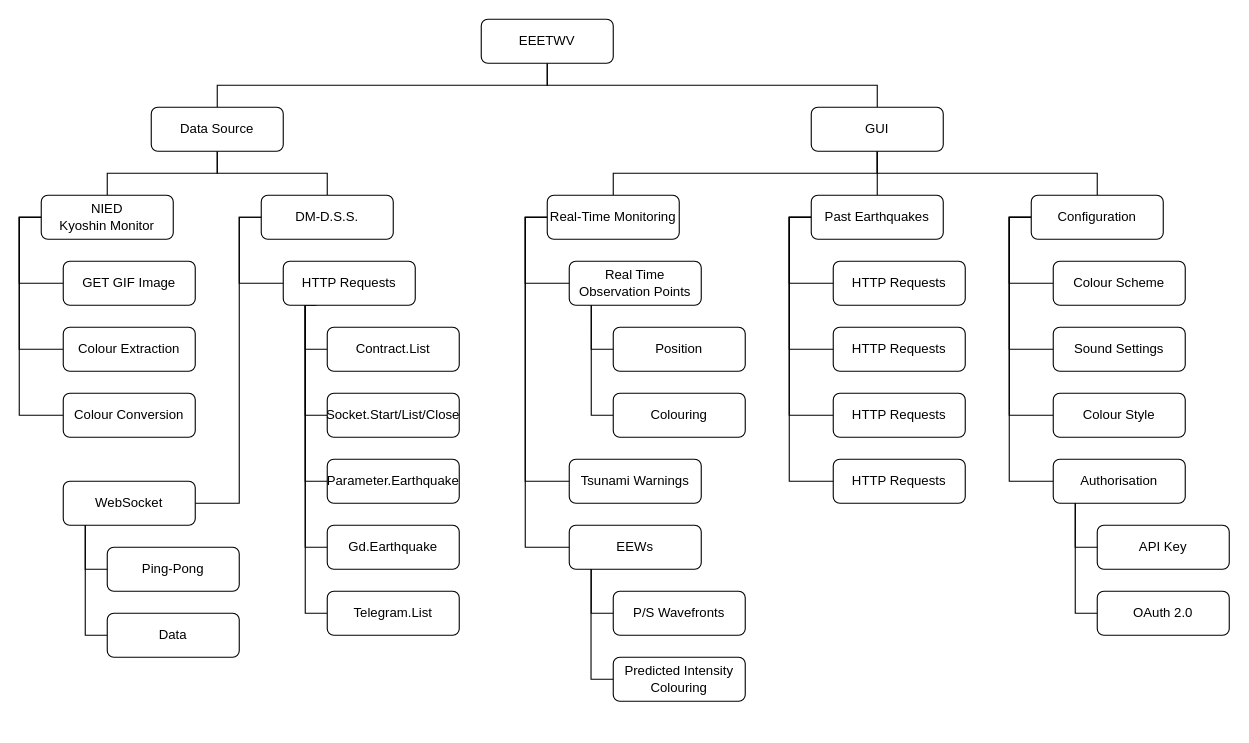
EasonSYC/a-level-computing-coursework keeps this draw.io diagram as img/hierarchy.drawio. Above is the earlier version. Source tidied: cells renumbered, new cells numbered last; positions are measured from the earlier drawing's top-left corner, leaving out a move shared by most shapes. Both pictures are drawn from the tidied source at 110%, with x=0, y=0 at pixel (41, 19).
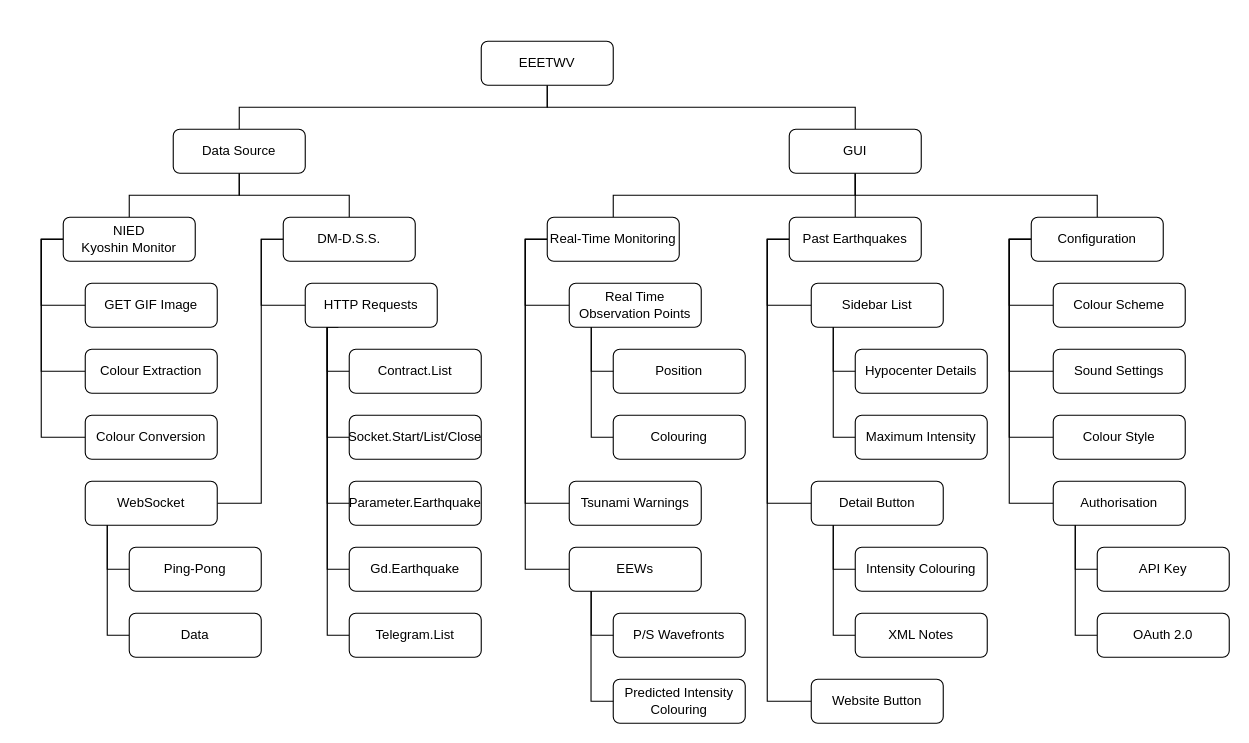
Above is the later version.

Diff of the diagram source:
```diff
@@
     <mxCell id="4" value="EEETWV" style="rounded=1;whiteSpace=wrap;html=1;fontFamily=STIX;" parent="1" vertex="1">
-      <mxGeometry x="400" width="120" height="40" as="geometry" />
+      <mxGeometry x="400" y="20" width="120" height="40" as="geometry" />
     </mxCell>
@@
     <mxCell id="7" value="Data Source" style="rounded=1;whiteSpace=wrap;html=1;fontFamily=STIX;" parent="1" vertex="1">
-      <mxGeometry x="100" y="80" width="120" height="40" as="geometry" />
+      <mxGeometry x="120" y="100" width="120" height="40" as="geometry" />
     </mxCell>
@@
     <mxCell id="11" value="NIED&lt;div&gt;Kyoshin Monitor&lt;/div&gt;" style="rounded=1;whiteSpace=wrap;html=1;fontFamily=STIX;" parent="1" vertex="1">
-      <mxGeometry y="160" width="120" height="40" as="geometry" />
+      <mxGeometry x="20" y="180" width="120" height="40" as="geometry" />
     </mxCell>
@@
     <mxCell id="13" value="DM-D.S.S." style="rounded=1;whiteSpace=wrap;html=1;fontFamily=STIX;" parent="1" vertex="1">
-      <mxGeometry x="200" y="160" width="120" height="40" as="geometry" />
+      <mxGeometry x="220" y="180" width="120" height="40" as="geometry" />
     </mxCell>
     <mxCell id="14" style="edgeStyle=orthogonalEdgeStyle;rounded=0;jettySize=auto;html=1;exitX=0.25;exitY=1;exitDx=0;exitDy=0;entryX=0;entryY=0.5;entryDx=0;entryDy=0;endArrow=none;endFill=0;" parent="1" edge="1" source="16" target="22">
       <mxGeometry relative="1" as="geometry">
         <Array as="points">
-          <mxPoint x="240" y="260" />
-          <mxPoint x="240" y="300" />
+          <mxPoint x="260" y="280" />
+          <mxPoint x="260" y="320" />
         </Array>
       </mxGeometry>
     </mxCell>
     <mxCell id="15" style="edgeStyle=orthogonalEdgeStyle;rounded=0;jettySize=auto;html=1;exitX=0.25;exitY=1;exitDx=0;exitDy=0;entryX=0;entryY=0.5;entryDx=0;entryDy=0;endArrow=none;endFill=0;" parent="1" edge="1" source="16" target="23">
       <mxGeometry relative="1" as="geometry">
         <Array as="points">
-          <mxPoint x="240" y="260" />
-          <mxPoint x="240" y="360" />
+          <mxPoint x="260" y="280" />
+          <mxPoint x="260" y="380" />
         </Array>
       </mxGeometry>
     </mxCell>
     <mxCell id="16" value="HTTP Requests" style="rounded=1;whiteSpace=wrap;html=1;fontFamily=STIX;" parent="1" vertex="1">
-      <mxGeometry x="220" y="220" width="120" height="40" as="geometry" />
+      <mxGeometry x="240" y="240" width="120" height="40" as="geometry" />
     </mxCell>
     <mxCell id="17" style="edgeStyle=orthogonalEdgeStyle;rounded=0;jettySize=auto;html=1;exitX=1;exitY=0.5;exitDx=0;exitDy=0;entryX=0;entryY=0.5;entryDx=0;entryDy=0;endArrow=none;endFill=0;" parent="1" edge="1" source="18" target="13">
       <mxGeometry relative="1" as="geometry">
         <Array as="points">
-          <mxPoint x="180" y="440" />
-          <mxPoint x="180" y="180" />
+          <mxPoint x="200" y="440" />
+          <mxPoint x="200" y="200" />
         </Array>
       </mxGeometry>
     </mxCell>
     <mxCell id="18" value="WebSocket" style="rounded=1;whiteSpace=wrap;html=1;fontFamily=STIX;" parent="1" vertex="1">
-      <mxGeometry x="20" y="420" width="120" height="40" as="geometry" />
+      <mxGeometry x="40" y="420" width="120" height="40" as="geometry" />
     </mxCell>
     <mxCell id="19" value="GET GIF Image" style="rounded=1;whiteSpace=wrap;html=1;fontFamily=STIX;" parent="1" vertex="1">
-      <mxGeometry x="20" y="220" width="120" height="40" as="geometry" />
+      <mxGeometry x="40" y="240" width="120" height="40" as="geometry" />
     </mxCell>
     <mxCell id="20" value="Colour Extraction" style="rounded=1;whiteSpace=wrap;html=1;fontFamily=STIX;" parent="1" vertex="1">
-      <mxGeometry x="20" y="280" width="120" height="40" as="geometry" />
+      <mxGeometry x="40" y="300" width="120" height="40" as="geometry" />
     </mxCell>
     <mxCell id="21" value="&lt;font&gt;Colour Conversion&lt;/font&gt;" style="rounded=1;whiteSpace=wrap;html=1;fontFamily=STIX;" parent="1" vertex="1">
-      <mxGeometry x="20" y="340" width="120" height="40" as="geometry" />
+      <mxGeometry x="40" y="360" width="120" height="40" as="geometry" />
     </mxCell>
     <mxCell id="22" value="Contract.List" style="rounded=1;whiteSpace=wrap;html=1;fontFamily=STIX;" parent="1" vertex="1">
-      <mxGeometry x="260" y="280" width="120" height="40" as="geometry" />
+      <mxGeometry x="280" y="300" width="120" height="40" as="geometry" />
     </mxCell>
     <mxCell id="23" value="Socket.Start/List/Close" style="rounded=1;whiteSpace=wrap;html=1;fontFamily=STIX;" parent="1" vertex="1">
-      <mxGeometry x="260" y="340" width="120" height="40" as="geometry" />
+      <mxGeometry x="280" y="360" width="120" height="40" as="geometry" />
     </mxCell>
     <mxCell id="24" style="edgeStyle=orthogonalEdgeStyle;rounded=0;jettySize=auto;html=1;exitX=0;exitY=0.5;exitDx=0;exitDy=0;endArrow=none;endFill=0;" parent="1" edge="1" source="25">
       <mxGeometry relative="1" as="geometry">
-        <mxPoint x="240" y="260" as="targetPoint" />
+        <mxPoint x="260" y="280" as="targetPoint" />
       </mxGeometry>
     </mxCell>
     <mxCell id="25" value="Parameter.Earthquake" style="rounded=1;whiteSpace=wrap;html=1;fontFamily=STIX;" parent="1" vertex="1">
-      <mxGeometry x="260" y="400" width="120" height="40" as="geometry" />
+      <mxGeometry x="280" y="420" width="120" height="40" as="geometry" />
     </mxCell>
     <mxCell id="26" style="edgeStyle=orthogonalEdgeStyle;rounded=0;jettySize=auto;html=1;exitX=0;exitY=0.5;exitDx=0;exitDy=0;endArrow=none;endFill=0;" parent="1" edge="1" source="27">
       <mxGeometry relative="1" as="geometry">
-        <mxPoint x="240" y="260" as="targetPoint" />
+        <mxPoint x="260" y="280" as="targetPoint" />
       </mxGeometry>
     </mxCell>
     <mxCell id="27" value="Gd.Earthquake" style="rounded=1;whiteSpace=wrap;html=1;fontFamily=STIX;" parent="1" vertex="1">
-      <mxGeometry x="260" y="460" width="120" height="40" as="geometry" />
+      <mxGeometry x="280" y="480" width="120" height="40" as="geometry" />
     </mxCell>
     <mxCell id="28" style="edgeStyle=orthogonalEdgeStyle;rounded=0;jettySize=auto;html=1;exitX=0;exitY=0.5;exitDx=0;exitDy=0;endArrow=none;endFill=0;" parent="1" edge="1" source="29">
       <mxGeometry relative="1" as="geometry">
-        <mxPoint x="240" y="260" as="targetPoint" />
+        <mxPoint x="260" y="280" as="targetPoint" />
       </mxGeometry>
     </mxCell>
     <mxCell id="29" value="Telegram.List" style="rounded=1;whiteSpace=wrap;html=1;fontFamily=STIX;" parent="1" vertex="1">
-      <mxGeometry x="260" y="520" width="120" height="40" as="geometry" />
+      <mxGeometry x="280" y="540" width="120" height="40" as="geometry" />
     </mxCell>
     <mxCell id="30" value="Ping-Pong" style="rounded=1;whiteSpace=wrap;html=1;fontFamily=STIX;" parent="1" vertex="1">
-      <mxGeometry x="60" y="480" width="120" height="40" as="geometry" />
+      <mxGeometry x="80" y="480" width="120" height="40" as="geometry" />
     </mxCell>
     <mxCell id="31" style="edgeStyle=orthogonalEdgeStyle;rounded=0;jettySize=auto;html=1;exitX=0;exitY=0.5;exitDx=0;exitDy=0;endArrow=none;endFill=0;" parent="1" edge="1" source="32">
       <mxGeometry relative="1" as="geometry">
-        <mxPoint x="40" y="460" as="targetPoint" />
+        <mxPoint x="60" y="460" as="targetPoint" />
       </mxGeometry>
     </mxCell>
     <mxCell id="32" value="Data" style="rounded=1;whiteSpace=wrap;html=1;fontFamily=STIX;" parent="1" vertex="1">
-      <mxGeometry x="60" y="540" width="120" height="40" as="geometry" />
+      <mxGeometry x="80" y="540" width="120" height="40" as="geometry" />
     </mxCell>
@@
     <mxCell id="37" value="GUI" style="rounded=1;whiteSpace=wrap;html=1;fontFamily=STIX;" parent="1" vertex="1">
-      <mxGeometry x="700" y="80" width="120" height="40" as="geometry" />
+      <mxGeometry x="680" y="100" width="120" height="40" as="geometry" />
     </mxCell>
@@
     <mxCell id="41" value="Real-Time Monitoring" style="rounded=1;whiteSpace=wrap;html=1;fontFamily=STIX;" parent="1" vertex="1">
-      <mxGeometry x="460" y="160" width="120" height="40" as="geometry" />
+      <mxGeometry x="460" y="180" width="120" height="40" as="geometry" />
     </mxCell>
@@
-    <mxCell id="45" style="edgeStyle=orthogonalEdgeStyle;rounded=0;jettySize=auto;html=1;exitX=0;exitY=0.5;exitDx=0;exitDy=0;entryX=0;entryY=0.5;entryDx=0;entryDy=0;endArrow=none;endFill=0;" parent="1" edge="1" source="46" target="53">
-      <mxGeometry relative="1" as="geometry" />
-    </mxCell>
     <mxCell id="46" value="Past Earthquakes" style="rounded=1;whiteSpace=wrap;html=1;fontFamily=STIX;" parent="1" vertex="1">
-      <mxGeometry x="700" y="160" width="120" height="40" as="geometry" />
+      <mxGeometry x="680" y="180" width="120" height="40" as="geometry" />
     </mxCell>
     <mxCell id="47" value="EEWs" style="rounded=1;whiteSpace=wrap;html=1;fontFamily=STIX;" parent="1" vertex="1">
-      <mxGeometry x="480" y="460" width="120" height="40" as="geometry" />
+      <mxGeometry x="480" y="480" width="120" height="40" as="geometry" />
     </mxCell>
     <mxCell id="48" value="Tsunami Warnings" style="rounded=1;whiteSpace=wrap;html=1;fontFamily=STIX;" parent="1" vertex="1">
-      <mxGeometry x="480" y="400" width="120" height="40" as="geometry" />
+      <mxGeometry x="480" y="420" width="120" height="40" as="geometry" />
     </mxCell>
     <mxCell id="49" value="Real Time&lt;div&gt;Observation Points&lt;/div&gt;" style="rounded=1;whiteSpace=wrap;html=1;fontFamily=STIX;" parent="1" vertex="1">
-      <mxGeometry x="480" y="220" width="120" height="40" as="geometry" />
+      <mxGeometry x="480" y="240" width="120" height="40" as="geometry" />
     </mxCell>
-    <mxCell id="50" value="HTTP Requests" style="rounded=1;whiteSpace=wrap;html=1;fontFamily=STIX;" parent="1" vertex="1">
-      <mxGeometry x="720" y="220" width="120" height="40" as="geometry" />
+    <mxCell id="50" value="Sidebar List" style="rounded=1;whiteSpace=wrap;html=1;fontFamily=STIX;" parent="1" vertex="1">
+      <mxGeometry x="700" y="240" width="120" height="40" as="geometry" />
     </mxCell>
-    <mxCell id="51" value="HTTP Requests" style="rounded=1;whiteSpace=wrap;html=1;fontFamily=STIX;" parent="1" vertex="1">
-      <mxGeometry x="720" y="280" width="120" height="40" as="geometry" />
+    <mxCell id="51" value="Detail Button" style="rounded=1;whiteSpace=wrap;html=1;fontFamily=STIX;" parent="1" vertex="1">
+      <mxGeometry x="700" y="420" width="120" height="40" as="geometry" />
     </mxCell>
-    <mxCell id="52" value="HTTP Requests" style="rounded=1;whiteSpace=wrap;html=1;fontFamily=STIX;" parent="1" vertex="1">
-      <mxGeometry x="720" y="340" width="120" height="40" as="geometry" />
+    <mxCell id="52" value="Website Button" style="rounded=1;whiteSpace=wrap;html=1;fontFamily=STIX;" parent="1" vertex="1">
+      <mxGeometry x="700" y="600" width="120" height="40" as="geometry" />
     </mxCell>
-    <mxCell id="53" value="HTTP Requests" style="rounded=1;whiteSpace=wrap;html=1;fontFamily=STIX;" parent="1" vertex="1">
-      <mxGeometry x="720" y="400" width="120" height="40" as="geometry" />
-    </mxCell>
@@
     <mxCell id="58" value="Configuration" style="rounded=1;whiteSpace=wrap;html=1;fontFamily=STIX;" parent="1" vertex="1">
-      <mxGeometry x="900" y="160" width="120" height="40" as="geometry" />
+      <mxGeometry x="900" y="180" width="120" height="40" as="geometry" />
     </mxCell>
     <mxCell id="59" value="Colour Scheme" style="rounded=1;whiteSpace=wrap;html=1;fontFamily=STIX;" parent="1" vertex="1">
-      <mxGeometry x="920" y="220" width="120" height="40" as="geometry" />
+      <mxGeometry x="920" y="240" width="120" height="40" as="geometry" />
     </mxCell>
     <mxCell id="60" value="Sound Settings" style="rounded=1;whiteSpace=wrap;html=1;fontFamily=STIX;" parent="1" vertex="1">
-      <mxGeometry x="920" y="280" width="120" height="40" as="geometry" />
+      <mxGeometry x="920" y="300" width="120" height="40" as="geometry" />
     </mxCell>
     <mxCell id="61" value="Colour Style" style="rounded=1;whiteSpace=wrap;html=1;fontFamily=STIX;" parent="1" vertex="1">
-      <mxGeometry x="920" y="340" width="120" height="40" as="geometry" />
+      <mxGeometry x="920" y="360" width="120" height="40" as="geometry" />
     </mxCell>
     <mxCell id="62" value="Authorisation" style="rounded=1;whiteSpace=wrap;html=1;fontFamily=STIX;" parent="1" vertex="1">
-      <mxGeometry x="920" y="400" width="120" height="40" as="geometry" />
+      <mxGeometry x="920" y="420" width="120" height="40" as="geometry" />
     </mxCell>
     <mxCell id="63" value="Position" style="rounded=1;whiteSpace=wrap;html=1;fontFamily=STIX;" parent="1" vertex="1">
-      <mxGeometry x="520" y="280" width="120" height="40" as="geometry" />
+      <mxGeometry x="520" y="300" width="120" height="40" as="geometry" />
     </mxCell>
     <mxCell id="64" style="edgeStyle=orthogonalEdgeStyle;rounded=0;jettySize=auto;html=1;exitX=0;exitY=0.5;exitDx=0;exitDy=0;endArrow=none;endFill=0;" parent="1" edge="1" source="65">
       <mxGeometry relative="1" as="geometry">
-        <mxPoint x="500" y="260" as="targetPoint" />
+        <mxPoint x="500" y="280" as="targetPoint" />
       </mxGeometry>
     </mxCell>
     <mxCell id="65" value="Colouring" style="rounded=1;whiteSpace=wrap;html=1;fontFamily=STIX;" parent="1" vertex="1">
-      <mxGeometry x="520" y="340" width="120" height="40" as="geometry" />
+      <mxGeometry x="520" y="360" width="120" height="40" as="geometry" />
     </mxCell>
@@
     <mxCell id="67" value="P/S Wavefronts" style="rounded=1;whiteSpace=wrap;html=1;fontFamily=STIX;" parent="1" vertex="1">
-      <mxGeometry x="520" y="520" width="120" height="40" as="geometry" />
+      <mxGeometry x="520" y="540" width="120" height="40" as="geometry" />
     </mxCell>
     <mxCell id="68" value="Predicted Intensity Colouring" style="rounded=1;whiteSpace=wrap;html=1;fontFamily=STIX;" parent="1" vertex="1">
-      <mxGeometry x="520" y="580" width="120" height="40" as="geometry" />
+      <mxGeometry x="520" y="600" width="120" height="40" as="geometry" />
     </mxCell>
@@
     <mxCell id="71" value="API Key" style="rounded=1;whiteSpace=wrap;html=1;fontFamily=STIX;" parent="1" vertex="1">
-      <mxGeometry x="960" y="460" width="120" height="40" as="geometry" />
+      <mxGeometry x="960" y="480" width="120" height="40" as="geometry" />
     </mxCell>
     <mxCell id="72" style="edgeStyle=orthogonalEdgeStyle;rounded=0;jettySize=auto;html=1;exitX=0;exitY=0.5;exitDx=0;exitDy=0;endArrow=none;endFill=0;" parent="1" edge="1" source="73">
       <mxGeometry relative="1" as="geometry">
-        <mxPoint x="940" y="440" as="targetPoint" />
+        <mxPoint x="940" y="460" as="targetPoint" />
       </mxGeometry>
     </mxCell>
     <mxCell id="73" value="OAuth 2.0" style="rounded=1;whiteSpace=wrap;html=1;fontFamily=STIX;" parent="1" vertex="1">
-      <mxGeometry x="960" y="520" width="120" height="40" as="geometry" />
+      <mxGeometry x="960" y="540" width="120" height="40" as="geometry" />
     </mxCell>
@@
+    <mxCell id="75" style="edgeStyle=orthogonalEdgeStyle;rounded=0;jettySize=auto;html=1;exitX=0;exitY=0.5;exitDx=0;exitDy=0;endArrow=none;endFill=0;" parent="1" edge="1" source="76">
+      <mxGeometry relative="1" as="geometry">
+        <mxPoint x="720" y="460" as="targetPoint" />
+      </mxGeometry>
+    </mxCell>
+    <mxCell id="76" value="XML Notes" style="rounded=1;whiteSpace=wrap;html=1;fontFamily=STIX;" parent="1" vertex="1">
+      <mxGeometry x="740" y="540" width="120" height="40" as="geometry" />
+    </mxCell>
+    <mxCell id="77" value="Intensity Colouring" style="rounded=1;whiteSpace=wrap;html=1;fontFamily=STIX;" parent="1" vertex="1">
+      <mxGeometry x="740" y="480" width="120" height="40" as="geometry" />
+    </mxCell>
+    <mxCell id="78" style="edgeStyle=orthogonalEdgeStyle;rounded=0;jettySize=auto;html=1;exitX=0;exitY=0.5;exitDx=0;exitDy=0;entryX=0.167;entryY=1;entryDx=0;entryDy=0;entryPerimeter=0;endArrow=none;endFill=0;" parent="1" edge="1" source="77" target="51">
+      <mxGeometry relative="1" as="geometry" />
+    </mxCell>
+    <mxCell id="79" style="edgeStyle=orthogonalEdgeStyle;rounded=0;jettySize=auto;html=1;exitX=0;exitY=0.5;exitDx=0;exitDy=0;endArrow=none;endFill=0;" parent="1" edge="1" source="80">
+      <mxGeometry relative="1" as="geometry">
+        <mxPoint x="720" y="280" as="targetPoint" />
+      </mxGeometry>
+    </mxCell>
+    <mxCell id="80" value="Maximum Intensity" style="rounded=1;whiteSpace=wrap;html=1;fontFamily=STIX;" parent="1" vertex="1">
+      <mxGeometry x="740" y="360" width="120" height="40" as="geometry" />
+    </mxCell>
+    <mxCell id="81" value="Hypocenter Details" style="rounded=1;whiteSpace=wrap;html=1;fontFamily=STIX;" parent="1" vertex="1">
+      <mxGeometry x="740" y="300" width="120" height="40" as="geometry" />
+    </mxCell>
+    <mxCell id="82" style="edgeStyle=orthogonalEdgeStyle;rounded=0;jettySize=auto;html=1;exitX=0;exitY=0.5;exitDx=0;exitDy=0;entryX=0.167;entryY=1;entryDx=0;entryDy=0;entryPerimeter=0;endArrow=none;endFill=0;" parent="1" edge="1" source="81" target="50">
+      <mxGeometry relative="1" as="geometry" />
+    </mxCell>
```
